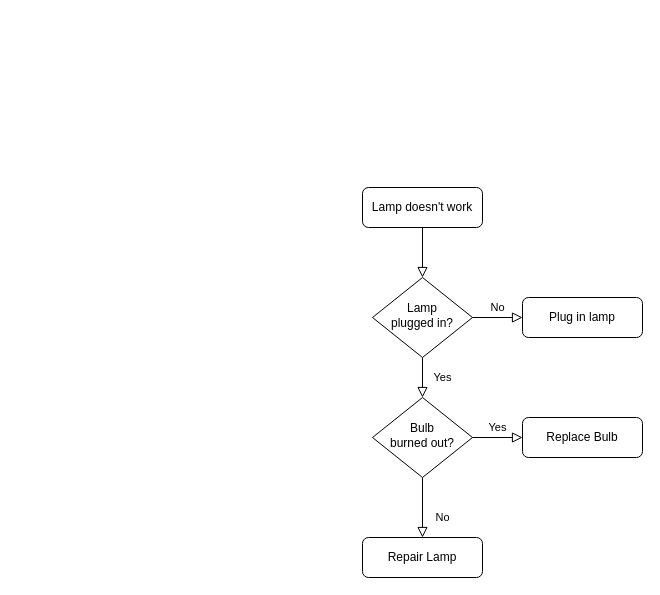
Before: Flowchart SOP Manajemen Informasi Produk.drawio in deonaja/Kuliah-Random, a draw.io diagram. Source tidied: cells renumbered, new cells numbered last; positions are measured from the earlier drawing's top-left corner, leaving out a move shared by most shapes. Both pictures are drawn from the tidied source at 100%, with x=0, y=0 at pixel (362, 187).
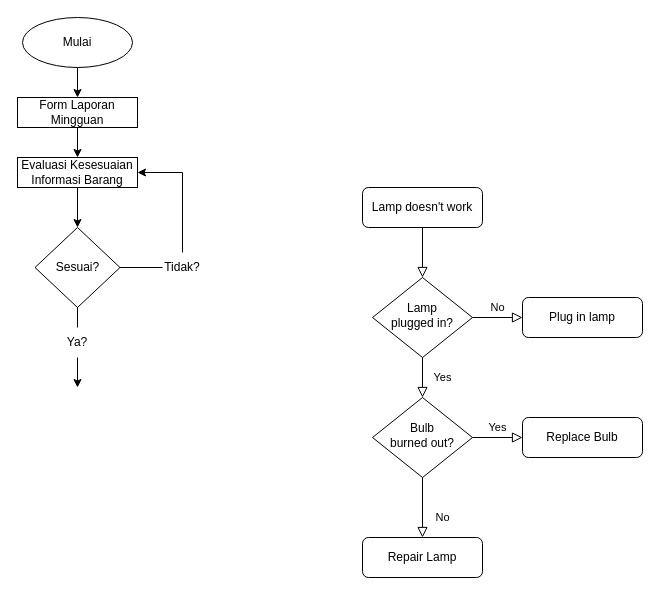
After the change.

Change to the diagram source:
```diff
@@
+    <mxCell id="13" value="Mulai" style="ellipse;whiteSpace=wrap;html=1;" parent="1" vertex="1">
+      <mxGeometry x="-340" y="-170" width="110" height="50" as="geometry" />
+    </mxCell>
+    <mxCell id="14" value="Form Laporan Mingguan" style="rounded=0;whiteSpace=wrap;html=1;" parent="1" vertex="1">
+      <mxGeometry x="-345" y="-90" width="120" height="30" as="geometry" />
+    </mxCell>
+    <mxCell id="15" style="endArrow=classic;html=1;rounded=0;exitX=0.5;exitY=1;exitDx=0;exitDy=0;" parent="1" edge="1" source="13" target="14">
+      <mxGeometry relative="1" as="geometry" />
+    </mxCell>
+    <mxCell id="16" style="edgeStyle=orthogonalEdgeStyle;rounded=0;jettySize=auto;html=1;" parent="1" edge="1" source="17" target="19">
+      <mxGeometry relative="1" as="geometry" />
+    </mxCell>
+    <mxCell id="17" value="Evaluasi Kesesuaian Informasi Barang" style="rounded=0;whiteSpace=wrap;html=1;" parent="1" vertex="1">
+      <mxGeometry x="-345" y="-30" width="120" height="30" as="geometry" />
+    </mxCell>
+    <mxCell id="18" style="endArrow=classic;html=1;rounded=0;exitX=0.5;exitY=1;exitDx=0;exitDy=0;" parent="1" edge="1" source="14" target="17">
+      <mxGeometry relative="1" as="geometry" />
+    </mxCell>
+    <mxCell id="19" value="Sesuai?" style="rhombus;whiteSpace=wrap;html=1;" parent="1" vertex="1">
+      <mxGeometry x="-327.5" y="40" width="85" height="80" as="geometry" />
+    </mxCell>
+    <mxCell id="20" style="endArrow=none;html=1;rounded=0;exitX=1;exitY=0.5;exitDx=0;exitDy=0;" parent="1" edge="1" source="19">
+      <mxGeometry relative="1" as="geometry">
+        <mxPoint x="-200" y="80" as="targetPoint" />
+      </mxGeometry>
+    </mxCell>
+    <mxCell id="21" value="Tidak?" style="text;html=1;align=center;verticalAlign=middle;whiteSpace=wrap;rounded=0;" parent="1" vertex="1">
+      <mxGeometry x="-210" y="65" width="60" height="30" as="geometry" />
+    </mxCell>
+    <mxCell id="22" style="endArrow=classic;html=1;rounded=0;entryX=1;entryY=0.5;entryDx=0;entryDy=0;exitX=0.5;exitY=0;exitDx=0;exitDy=0;" parent="1" edge="1" source="21" target="17">
+      <mxGeometry relative="1" as="geometry">
+        <Array as="points">
+          <mxPoint x="-180" y="-15" />
+        </Array>
+      </mxGeometry>
+    </mxCell>
+    <mxCell id="23" style="endArrow=none;html=1;rounded=0;entryX=0.5;entryY=1;entryDx=0;entryDy=0;" parent="1" edge="1" target="19">
+      <mxGeometry relative="1" as="geometry">
+        <mxPoint x="-285" y="140" as="sourcePoint" />
+      </mxGeometry>
+    </mxCell>
+    <mxCell id="24" style="edgeStyle=orthogonalEdgeStyle;rounded=0;jettySize=auto;html=1;exitX=0.5;exitY=1;exitDx=0;exitDy=0;" parent="1" edge="1" source="25">
+      <mxGeometry relative="1" as="geometry">
+        <mxPoint x="-285" y="200" as="targetPoint" />
+      </mxGeometry>
+    </mxCell>
+    <mxCell id="25" value="Ya?" style="text;html=1;align=center;verticalAlign=middle;whiteSpace=wrap;rounded=0;" parent="1" vertex="1">
+      <mxGeometry x="-315" y="140" width="60" height="30" as="geometry" />
+    </mxCell>
```
